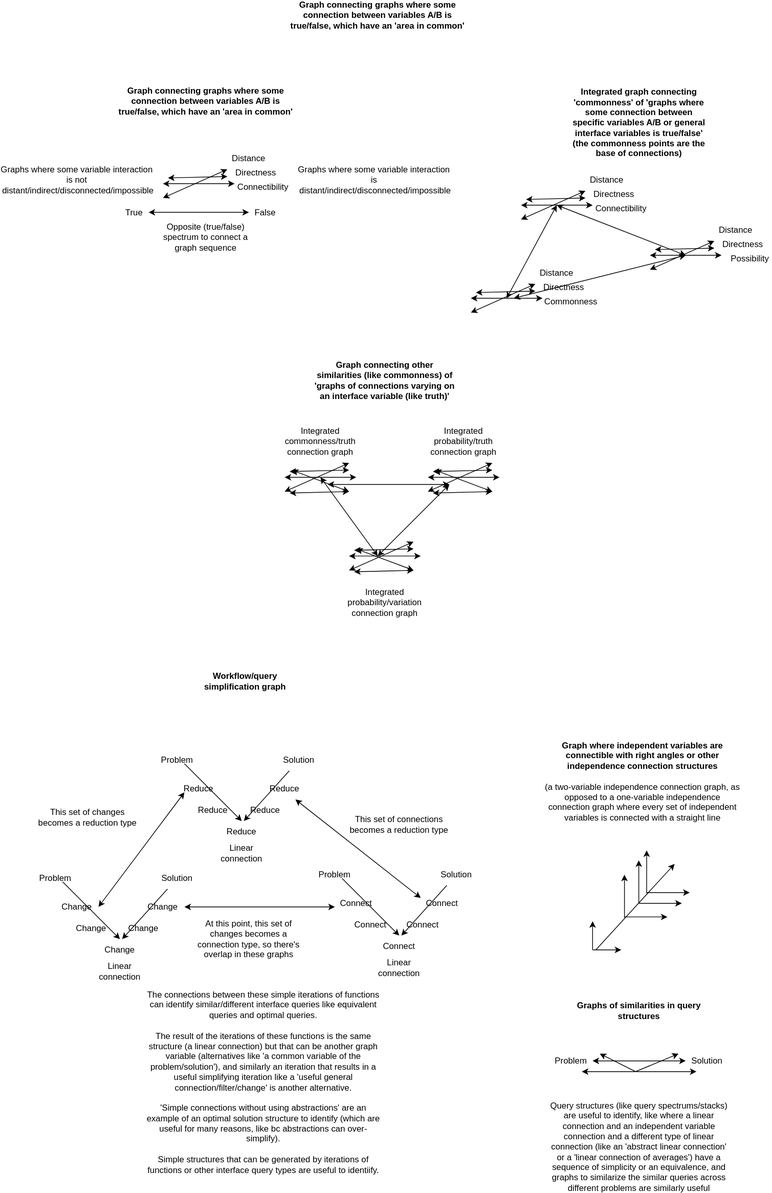
outdreamer/build-a-cure keeps this draw.io diagram as docs/objects/integrated_similarity_spectrum_graphs.drawio.svg. Above is the earlier version. Source tidied: cells renumbered, new cells last; positions are measured from the earlier drawing's top-left corner, leaving out a move shared by most shapes.
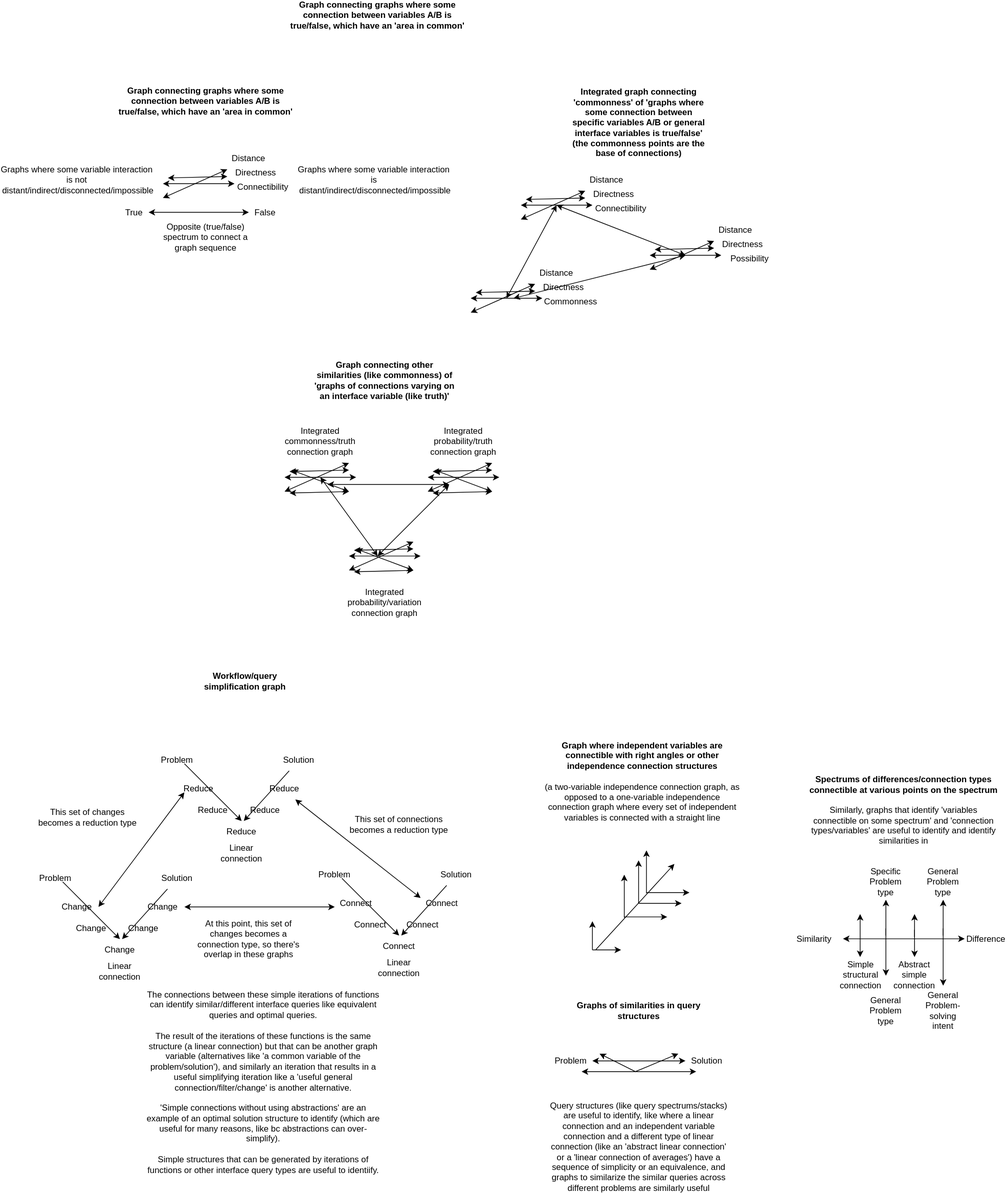
After the commit.

Diff of the diagram source:
```diff
@@ -489,5 +489,101 @@
     <mxCell id="114" value="&lt;b&gt;Workflow/query simplification graph&lt;/b&gt;" style="text;html=1;strokeColor=none;fillColor=none;align=center;verticalAlign=middle;whiteSpace=wrap;rounded=0;" parent="1" vertex="1">
       <mxGeometry x="220" y="930" width="150" height="30" as="geometry" />
     </mxCell>
+    <mxCell id="115" style="endArrow=classic;html=1;rounded=0;" parent="1" edge="1">
+      <mxGeometry relative="1" as="geometry">
+        <mxPoint x="1154" y="1305" as="sourcePoint" />
+        <mxPoint x="1154" y="1270" as="targetPoint" />
+      </mxGeometry>
+    </mxCell>
+    <mxCell id="116" style="endArrow=classic;html=1;rounded=0;" parent="1" edge="1">
+      <mxGeometry relative="1" as="geometry">
+        <mxPoint x="1154" y="1305" as="sourcePoint" />
+        <mxPoint x="1154" y="1330" as="targetPoint" />
+        <Array as="points">
+          <mxPoint x="1154" y="1305" />
+        </Array>
+      </mxGeometry>
+    </mxCell>
+    <mxCell id="117" value="&lt;b&gt;Spectrums of differences/connection types connectible at various points on the spectrum&lt;br&gt;&lt;/b&gt;&lt;br&gt;Similarly, graphs that identify 'variables connectible on some spectrum' and 'connection types/variables' are useful to identify and identify similarities in&lt;span style=&quot;color: rgba(0 , 0 , 0 , 0) ; font-family: monospace ; font-size: 0px&quot;&gt;%3CmxGraphModel%3E%3Croot%3E%3CmxCell%20id%3D%220%22%2F%3E%3CmxCell%20id%3D%221%22%20parent%3D%220%22%2F%3E%3CmxCell%20id%3D%222%22%20value%3D%22Similarity%22%20style%3D%22text%3Bhtml%3D1%3BstrokeColor%3Dnone%3BfillColor%3Dnone%3Balign%3Dcenter%3BverticalAlign%3Dmiddle%3BwhiteSpace%3Dwrap%3Brounded%3D0%3B%22%20vertex%3D%221%22%20parent%3D%221%22%3E%3CmxGeometry%20x%3D%22870%22%20y%3D%221350%22%20width%3D%2260%22%20height%3D%2230%22%20as%3D%22geometry%22%2F%3E%3C%2FmxCell%3E%3C%2Froot%3E%3C%2FmxGraphModel%3E&lt;/span&gt;" style="text;html=1;strokeColor=none;fillColor=none;align=center;verticalAlign=middle;whiteSpace=wrap;rounded=0;" parent="1" vertex="1">
+      <mxGeometry x="1080" y="1110" width="270" height="30" as="geometry" />
+    </mxCell>
+    <mxCell id="118" style="endArrow=classic;startArrow=classic;html=1;rounded=0;" parent="1" edge="1">
+      <mxGeometry relative="1" as="geometry">
+        <mxPoint x="1130" y="1304.5" as="sourcePoint" />
+        <mxPoint x="1300" y="1304.5" as="targetPoint" />
+      </mxGeometry>
+    </mxCell>
+    <mxCell id="119" value="Similarity" style="text;html=1;strokeColor=none;fillColor=none;align=center;verticalAlign=middle;whiteSpace=wrap;rounded=0;" parent="1" vertex="1">
+      <mxGeometry x="1060" y="1290" width="60" height="30" as="geometry" />
+    </mxCell>
+    <mxCell id="120" value="Simple structural connection" style="text;html=1;strokeColor=none;fillColor=none;align=center;verticalAlign=middle;whiteSpace=wrap;rounded=0;" parent="1" vertex="1">
+      <mxGeometry x="1125" y="1340" width="60" height="30" as="geometry" />
+    </mxCell>
+    <mxCell id="121" style="endArrow=classic;html=1;rounded=0;" parent="1" edge="1">
+      <mxGeometry relative="1" as="geometry">
+        <mxPoint x="1190" y="1300" as="sourcePoint" />
+        <mxPoint x="1190" y="1250" as="targetPoint" />
+      </mxGeometry>
+    </mxCell>
+    <mxCell id="122" style="endArrow=classic;html=1;rounded=0;" parent="1" edge="1">
+      <mxGeometry relative="1" as="geometry">
+        <mxPoint x="1190" y="1290" as="sourcePoint" />
+        <mxPoint x="1190" y="1356" as="targetPoint" />
+        <Array as="points">
+          <mxPoint x="1190" y="1300" />
+          <mxPoint x="1190" y="1320" />
+        </Array>
+      </mxGeometry>
+    </mxCell>
+    <mxCell id="123" style="endArrow=classic;html=1;rounded=0;" parent="1" edge="1">
+      <mxGeometry relative="1" as="geometry">
+        <mxPoint x="1230" y="1302" as="sourcePoint" />
+        <mxPoint x="1230" y="1270" as="targetPoint" />
+      </mxGeometry>
+    </mxCell>
+    <mxCell id="124" style="endArrow=classic;html=1;rounded=0;" parent="1" edge="1">
+      <mxGeometry relative="1" as="geometry">
+        <mxPoint x="1230" y="1292" as="sourcePoint" />
+        <mxPoint x="1230" y="1330" as="targetPoint" />
+        <Array as="points">
+          <mxPoint x="1230" y="1302" />
+          <mxPoint x="1230" y="1322" />
+        </Array>
+      </mxGeometry>
+    </mxCell>
+    <mxCell id="125" style="endArrow=classic;html=1;rounded=0;" parent="1" edge="1">
+      <mxGeometry relative="1" as="geometry">
+        <mxPoint x="1270" y="1300" as="sourcePoint" />
+        <mxPoint x="1270" y="1250" as="targetPoint" />
+      </mxGeometry>
+    </mxCell>
+    <mxCell id="126" style="endArrow=classic;html=1;rounded=0;" parent="1" edge="1">
+      <mxGeometry relative="1" as="geometry">
+        <mxPoint x="1270" y="1290" as="sourcePoint" />
+        <mxPoint x="1270" y="1370" as="targetPoint" />
+        <Array as="points">
+          <mxPoint x="1270" y="1300" />
+          <mxPoint x="1270" y="1320" />
+        </Array>
+      </mxGeometry>
+    </mxCell>
+    <mxCell id="127" value="Abstract simple connection" style="text;html=1;strokeColor=none;fillColor=none;align=center;verticalAlign=middle;whiteSpace=wrap;rounded=0;" parent="1" vertex="1">
+      <mxGeometry x="1200" y="1340" width="60" height="30" as="geometry" />
+    </mxCell>
+    <mxCell id="128" value="Difference" style="text;html=1;strokeColor=none;fillColor=none;align=center;verticalAlign=middle;whiteSpace=wrap;rounded=0;" parent="1" vertex="1">
+      <mxGeometry x="1300" y="1290" width="60" height="30" as="geometry" />
+    </mxCell>
+    <mxCell id="129" value="Specific Problem type" style="text;html=1;strokeColor=none;fillColor=none;align=center;verticalAlign=middle;whiteSpace=wrap;rounded=0;" parent="1" vertex="1">
+      <mxGeometry x="1160" y="1210" width="60" height="30" as="geometry" />
+    </mxCell>
+    <mxCell id="130" value="General Problem-solving intent" style="text;html=1;strokeColor=none;fillColor=none;align=center;verticalAlign=middle;whiteSpace=wrap;rounded=0;" parent="1" vertex="1">
+      <mxGeometry x="1240" y="1390" width="60" height="30" as="geometry" />
+    </mxCell>
+    <mxCell id="131" value="General Problem type" style="text;html=1;strokeColor=none;fillColor=none;align=center;verticalAlign=middle;whiteSpace=wrap;rounded=0;" parent="1" vertex="1">
+      <mxGeometry x="1240" y="1210" width="60" height="30" as="geometry" />
+    </mxCell>
+    <mxCell id="132" value="General Problem&lt;br&gt;type" style="text;html=1;strokeColor=none;fillColor=none;align=center;verticalAlign=middle;whiteSpace=wrap;rounded=0;" parent="1" vertex="1">
+      <mxGeometry x="1160" y="1390" width="60" height="30" as="geometry" />
+    </mxCell>
   </root>
 </mxGraphModel>
```
